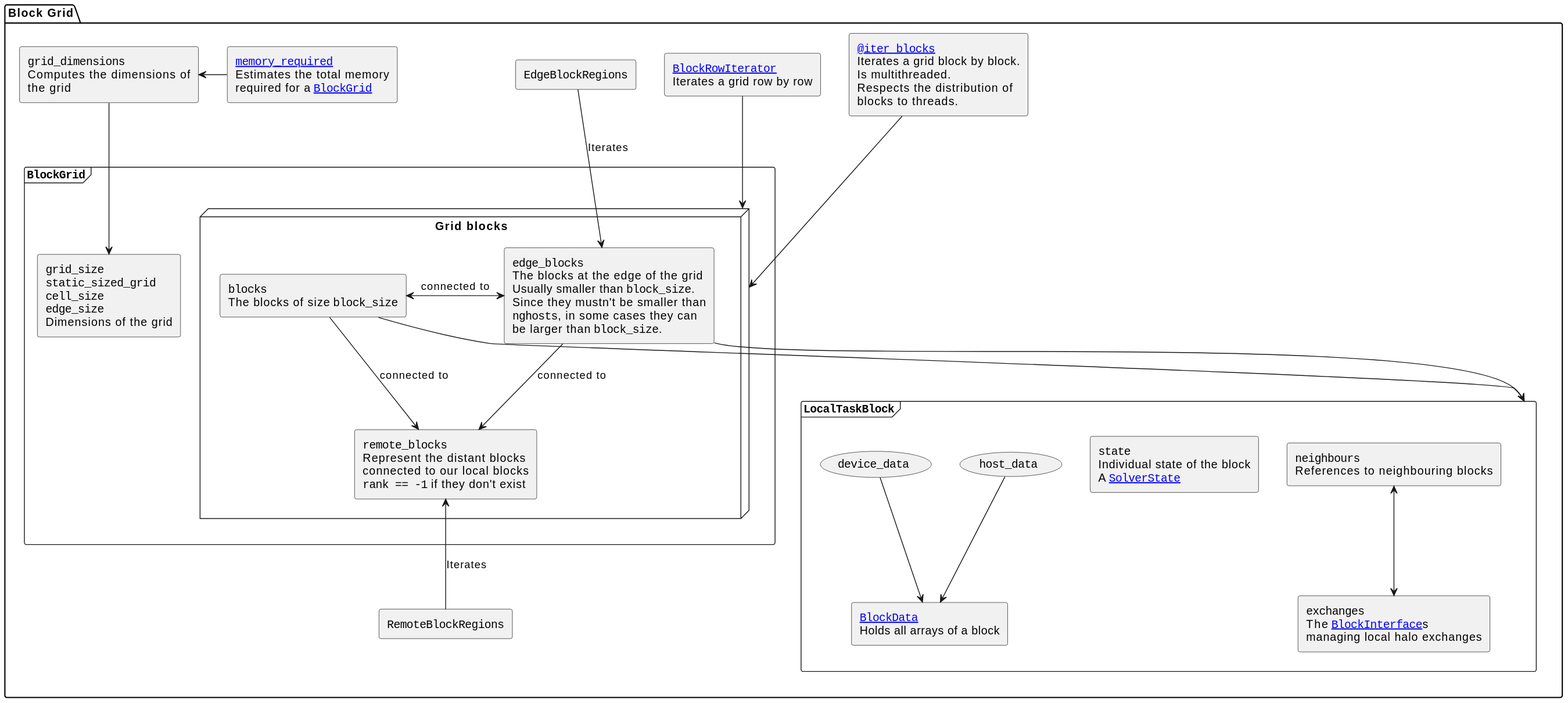
The PlantUML diagram previews/PR17/structure/block_grid.svg in Keluaa/Armon.jl, before a commit.
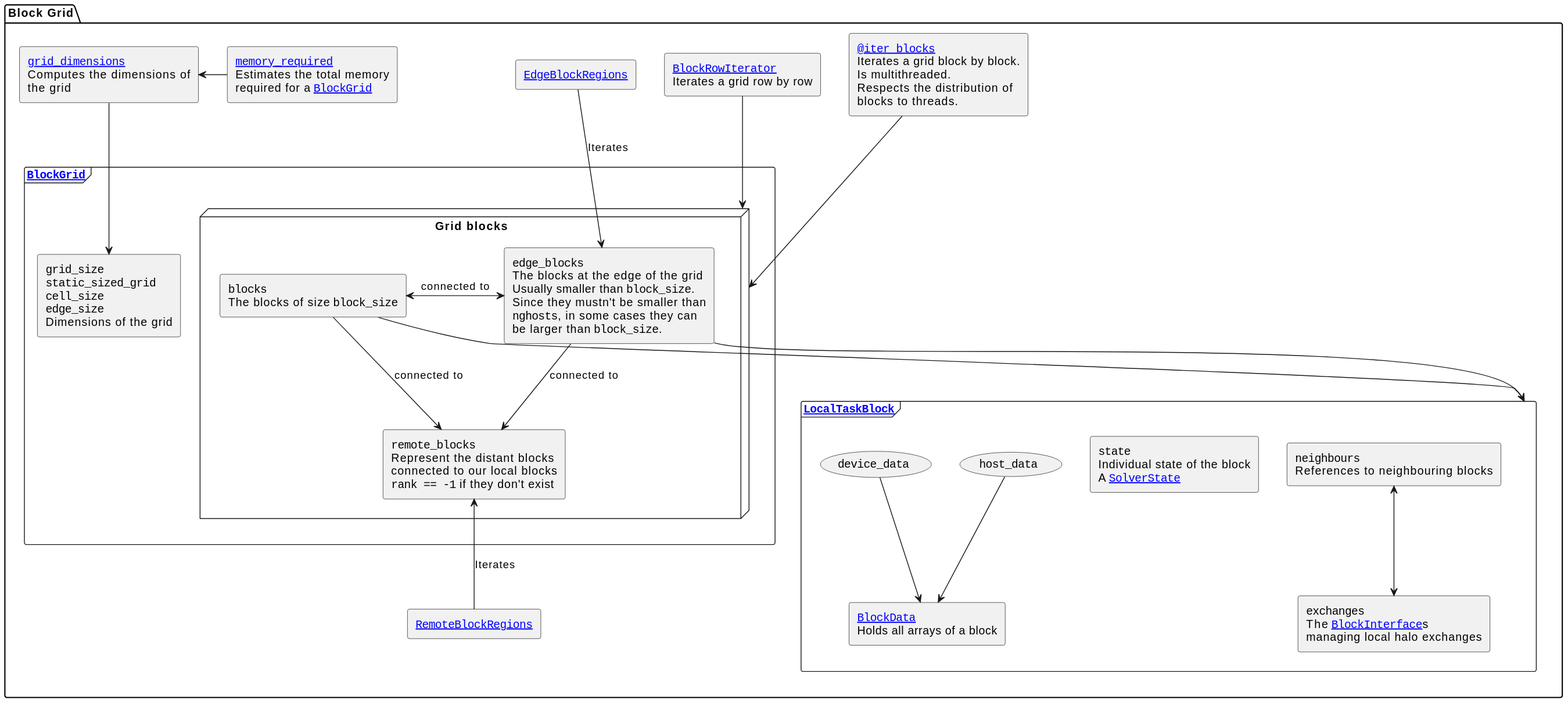
After the commit.

Diff of the diagram source:
```diff
@@ -14,7 +14,7 @@
 </style>
 
 package "Block Grid" as pkg_block_grid {
-    frame """BlockGrid""" as block_grid {
+    frame """[["../grid/#Armon.BlockGrid" BlockGrid]]""" as block_grid {
 
         node "Grid blocks" as grid_blocks {
             rectangle block_grid_blocks [
@@ -51,7 +51,7 @@
     }
 
     rectangle block_grid_dimensions [
-        ""grid_dimensions""
+        ""[["../grid/#Armon.grid_dimensions" grid_dimensions]]""
         Computes the dimensions of
         the grid
     ]
@@ -62,13 +62,13 @@
         required for a ""[["../grid/#Armon.BlockGrid" BlockGrid]]""
     ]
 
-    rectangle """RemoteBlockRegions""" as block_grid_RemoteBlockRegions
-    rectangle """EdgeBlockRegions""" as block_grid_EdgeBlockRegions
+    rectangle """[["../grid/#Armon.RemoteBlockRegions" RemoteBlockRegions]]""" as block_grid_RemoteBlockRegions
+    rectangle """[["../grid/#Armon.EdgeBlockRegions" EdgeBlockRegions]]""" as block_grid_EdgeBlockRegions
 
     block_grid_dimensions --> block_grid_dims
     block_grid_dimensions <- block_grid_mem_required
 
-    frame """LocalTaskBlock""" as local_task_block {
+    frame """[["../blocks/#Armon.LocalTaskBlock" LocalTaskBlock]]""" as local_task_block {
         usecase """device_data""" as local_task_block_device_data
         usecase """host_data""" as local_task_block_host_data
 
```
